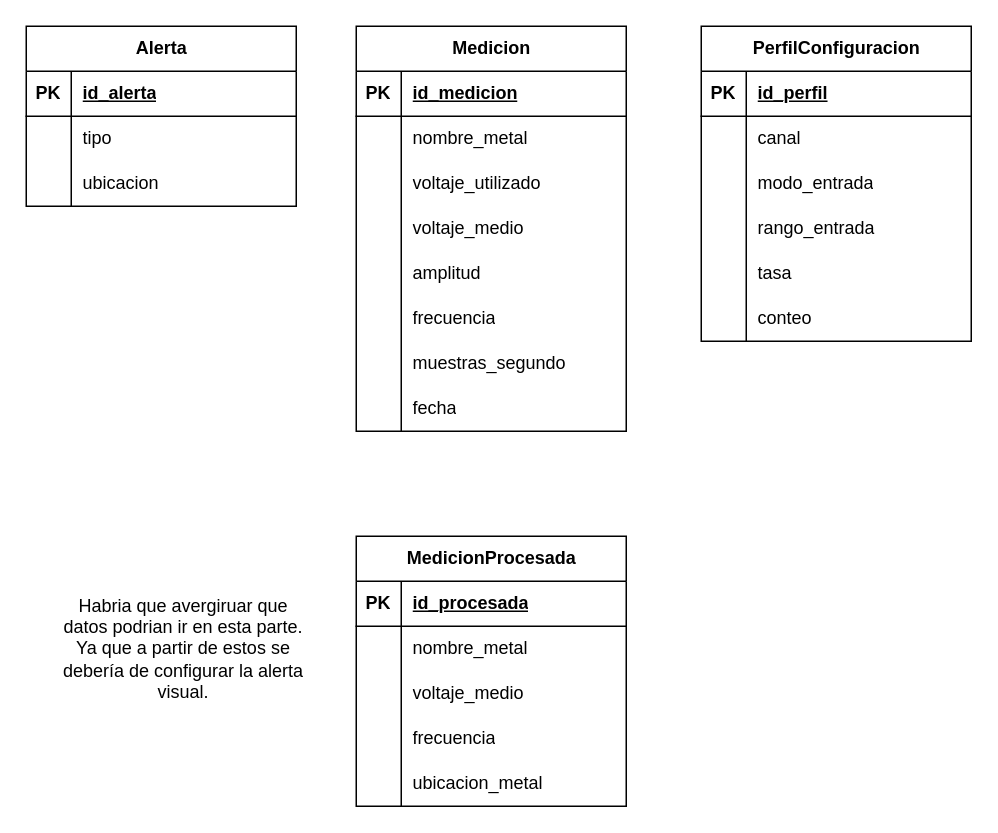
ianaguilar7/LSB-Sensor-Induccion-Electromagnetica keeps this draw.io diagram as page "Raspberry-ER" (3 of 3) of documentos/LSB-MODELADO.drawio. Above is the earlier version. Source tidied: cells renumbered, new cells numbered last; positions are measured from the earlier drawing's top-left corner, leaving out a move shared by most shapes. Both pictures are drawn from the tidied source at 150%, with x=0, y=0 at pixel (26, 26).
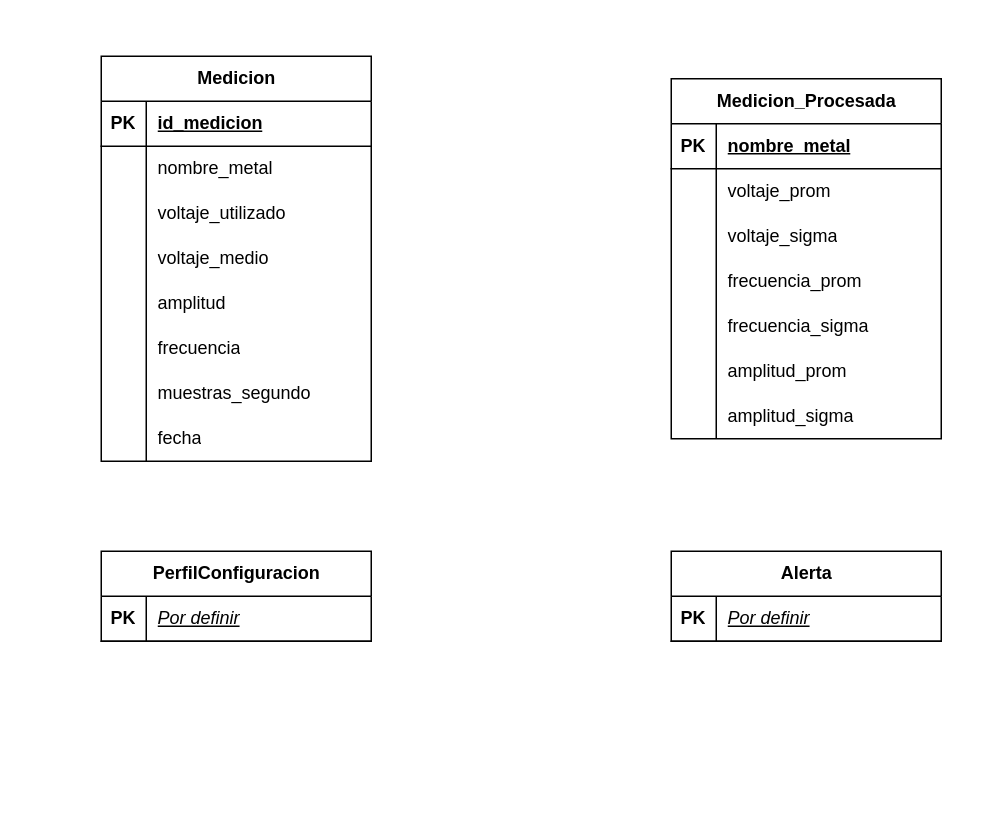
The same page after the edit.

Unchanged cells that the change refers to:
```xml
<mxCell id="28" style="shape=tableRow;horizontal=0;startSize=0;swimlaneHead=0;swimlaneBody=0;fillColor=none;top=0;left=0;right=0;bottom=1;" parent="27" vertex="1">
  <mxGeometry y="30" width="180" height="30" as="geometry" />
</mxCell>
<mxCell id="47" style="shape=tableRow;horizontal=0;startSize=0;swimlaneHead=0;swimlaneBody=0;fillColor=none;top=0;left=0;right=0;bottom=1;" parent="46" vertex="1">
  <mxGeometry y="30" width="180" height="30" as="geometry" />
</mxCell>
```

Change to the diagram source:
```diff
@@
     <mxCell id="2" value="Medicion" style="shape=table;startSize=30;childLayout=tableLayout;rowLines=0;fontStyle=1;align=center;html=1;" parent="1" vertex="1">
-      <mxGeometry x="220" width="180" height="270" as="geometry" />
+      <mxGeometry x="50" y="20" width="180" height="270" as="geometry" />
     </mxCell>
@@
     <mxCell id="27" value="PerfilConfiguracion" style="shape=table;startSize=30;childLayout=tableLayout;rowLines=0;fontStyle=1;align=center;html=1;" parent="1" vertex="1">
-      <mxGeometry x="450" width="180" height="210" as="geometry" />
+      <mxGeometry x="50" y="350" width="180" height="60" as="geometry" />
     </mxCell>
@@
-    <mxCell id="30" value="id_perfil" style="shape=partialRectangle;fillColor=none;top=0;left=0;bottom=0;right=0;align=left;spacingLeft=6;fontStyle=5;overflow=hidden;whiteSpace=wrap;html=1;" parent="28" vertex="1">
+    <mxCell id="30" value="&lt;i style=&quot;font-weight: normal;&quot;&gt;Por definir&lt;/i&gt;" style="shape=partialRectangle;fillColor=none;top=0;left=0;bottom=0;right=0;align=left;spacingLeft=6;fontStyle=5;overflow=hidden;whiteSpace=wrap;html=1;" parent="28" vertex="1">
       <mxGeometry x="30" width="150" height="30" as="geometry" />
     </mxCell>
-    <mxCell id="31" style="shape=tableRow;horizontal=0;startSize=0;swimlaneHead=0;swimlaneBody=0;fillColor=none;top=0;left=0;right=0;bottom=0;" parent="27" vertex="1">
-      <mxGeometry y="60" width="180" height="30" as="geometry" />
-    </mxCell>
-    <mxCell id="32" style="shape=partialRectangle;fillColor=none;top=0;left=0;bottom=0;right=0;overflow=hidden;whiteSpace=wrap;html=1;" parent="31" vertex="1">
-      <mxGeometry width="30" height="30" as="geometry" />
-    </mxCell>
-    <mxCell id="33" value="canal" style="shape=partialRectangle;fillColor=none;top=0;left=0;bottom=0;right=0;align=left;spacingLeft=6;overflow=hidden;whiteSpace=wrap;html=1;" parent="31" vertex="1">
-      <mxGeometry x="30" width="150" height="30" as="geometry" />
-    </mxCell>
-    <mxCell id="34" style="shape=tableRow;horizontal=0;startSize=0;swimlaneHead=0;swimlaneBody=0;fillColor=none;top=0;left=0;right=0;bottom=0;" parent="27" vertex="1">
-      <mxGeometry y="90" width="180" height="30" as="geometry" />
-    </mxCell>
-    <mxCell id="35" style="shape=partialRectangle;fillColor=none;top=0;left=0;bottom=0;right=0;overflow=hidden;whiteSpace=wrap;html=1;" parent="34" vertex="1">
-      <mxGeometry width="30" height="30" as="geometry" />
-    </mxCell>
-    <mxCell id="36" value="modo_entrada" style="shape=partialRectangle;fillColor=none;top=0;left=0;bottom=0;right=0;align=left;spacingLeft=6;overflow=hidden;whiteSpace=wrap;html=1;" parent="34" vertex="1">
-      <mxGeometry x="30" width="150" height="30" as="geometry" />
-    </mxCell>
-    <mxCell id="37" style="shape=tableRow;horizontal=0;startSize=0;swimlaneHead=0;swimlaneBody=0;fillColor=none;top=0;left=0;right=0;bottom=0;" parent="27" vertex="1">
-      <mxGeometry y="120" width="180" height="30" as="geometry" />
-    </mxCell>
-    <mxCell id="38" style="shape=partialRectangle;fillColor=none;top=0;left=0;bottom=0;right=0;overflow=hidden;whiteSpace=wrap;html=1;" parent="37" vertex="1">
-      <mxGeometry width="30" height="30" as="geometry" />
-    </mxCell>
-    <mxCell id="39" value="rango_entrada" style="shape=partialRectangle;fillColor=none;top=0;left=0;bottom=0;right=0;align=left;spacingLeft=6;overflow=hidden;whiteSpace=wrap;html=1;" parent="37" vertex="1">
-      <mxGeometry x="30" width="150" height="30" as="geometry" />
-    </mxCell>
-    <mxCell id="40" style="shape=tableRow;horizontal=0;startSize=0;swimlaneHead=0;swimlaneBody=0;fillColor=none;top=0;left=0;right=0;bottom=0;" parent="27" vertex="1">
-      <mxGeometry y="150" width="180" height="30" as="geometry" />
-    </mxCell>
-    <mxCell id="41" style="shape=partialRectangle;fillColor=none;top=0;left=0;bottom=0;right=0;overflow=hidden;whiteSpace=wrap;html=1;" parent="40" vertex="1">
-      <mxGeometry width="30" height="30" as="geometry" />
-    </mxCell>
-    <mxCell id="42" value="tasa" style="shape=partialRectangle;fillColor=none;top=0;left=0;bottom=0;right=0;align=left;spacingLeft=6;overflow=hidden;whiteSpace=wrap;html=1;" parent="40" vertex="1">
-      <mxGeometry x="30" width="150" height="30" as="geometry" />
-    </mxCell>
-    <mxCell id="43" style="shape=tableRow;horizontal=0;startSize=0;swimlaneHead=0;swimlaneBody=0;fillColor=none;top=0;left=0;right=0;bottom=0;" parent="27" vertex="1">
-      <mxGeometry y="180" width="180" height="30" as="geometry" />
-    </mxCell>
-    <mxCell id="44" style="shape=partialRectangle;fillColor=none;top=0;left=0;bottom=0;right=0;overflow=hidden;whiteSpace=wrap;html=1;" parent="43" vertex="1">
-      <mxGeometry width="30" height="30" as="geometry" />
-    </mxCell>
-    <mxCell id="45" value="conteo" style="shape=partialRectangle;fillColor=none;top=0;left=0;bottom=0;right=0;align=left;spacingLeft=6;overflow=hidden;whiteSpace=wrap;html=1;" parent="43" vertex="1">
-      <mxGeometry x="30" width="150" height="30" as="geometry" />
-    </mxCell>
     <mxCell id="46" value="Alerta" style="shape=table;startSize=30;childLayout=tableLayout;rowLines=0;fontStyle=1;align=center;html=1;" parent="1" vertex="1">
-      <mxGeometry width="180" height="120" as="geometry" />
+      <mxGeometry x="430" y="350" width="180" height="60" as="geometry" />
     </mxCell>
@@
-    <mxCell id="49" value="id_alerta" style="shape=partialRectangle;fillColor=none;top=0;left=0;bottom=0;right=0;align=left;spacingLeft=6;fontStyle=5;overflow=hidden;whiteSpace=wrap;html=1;" parent="47" vertex="1">
+    <mxCell id="49" value="&lt;i style=&quot;font-weight: normal;&quot;&gt;Por definir&lt;/i&gt;" style="shape=partialRectangle;fillColor=none;top=0;left=0;bottom=0;right=0;align=left;spacingLeft=6;fontStyle=5;overflow=hidden;whiteSpace=wrap;html=1;" parent="47" vertex="1">
       <mxGeometry x="30" width="150" height="30" as="geometry" />
     </mxCell>
-    <mxCell id="50" style="shape=tableRow;horizontal=0;startSize=0;swimlaneHead=0;swimlaneBody=0;fillColor=none;top=0;left=0;right=0;bottom=0;" parent="46" vertex="1">
-      <mxGeometry y="60" width="180" height="30" as="geometry" />
-    </mxCell>
-    <mxCell id="51" style="shape=partialRectangle;fillColor=none;top=0;left=0;bottom=0;right=0;overflow=hidden;whiteSpace=wrap;html=1;" parent="50" vertex="1">
-      <mxGeometry width="30" height="30" as="geometry" />
-    </mxCell>
-    <mxCell id="52" value="tipo" style="shape=partialRectangle;fillColor=none;top=0;left=0;bottom=0;right=0;align=left;spacingLeft=6;overflow=hidden;whiteSpace=wrap;html=1;" parent="50" vertex="1">
-      <mxGeometry x="30" width="150" height="30" as="geometry" />
-    </mxCell>
-    <mxCell id="53" style="shape=tableRow;horizontal=0;startSize=0;swimlaneHead=0;swimlaneBody=0;fillColor=none;top=0;left=0;right=0;bottom=0;" parent="46" vertex="1">
-      <mxGeometry y="90" width="180" height="30" as="geometry" />
-    </mxCell>
-    <mxCell id="54" style="shape=partialRectangle;fillColor=none;top=0;left=0;bottom=0;right=0;overflow=hidden;whiteSpace=wrap;html=1;" parent="53" vertex="1">
-      <mxGeometry width="30" height="30" as="geometry" />
-    </mxCell>
-    <mxCell id="55" value="ubicacion" style="shape=partialRectangle;fillColor=none;top=0;left=0;bottom=0;right=0;align=left;spacingLeft=6;overflow=hidden;whiteSpace=wrap;html=1;" parent="53" vertex="1">
-      <mxGeometry x="30" width="150" height="30" as="geometry" />
-    </mxCell>
-    <mxCell id="56" value="MedicionProcesada" style="shape=table;startSize=30;childLayout=tableLayout;rowLines=0;fontStyle=1;align=center;html=1;" parent="1" vertex="1">
-      <mxGeometry x="220" y="340" width="180" height="180" as="geometry" />
-    </mxCell>
+    <mxCell id="73" value="Medicion_Procesada" style="shape=table;startSize=30;childLayout=tableLayout;rowLines=0;fontStyle=1;align=center;html=1;" parent="1" vertex="1">
+      <mxGeometry x="430" y="35" width="180" height="240" as="geometry" />
+    </mxCell>
-    <mxCell id="57" style="shape=tableRow;horizontal=0;startSize=0;swimlaneHead=0;swimlaneBody=0;fillColor=none;top=0;left=0;right=0;bottom=1;" parent="56" vertex="1">
+    <mxCell id="57" style="shape=tableRow;horizontal=0;startSize=0;swimlaneHead=0;swimlaneBody=0;fillColor=none;top=0;left=0;right=0;bottom=1;" parent="73" vertex="1">
       <mxGeometry y="30" width="180" height="30" as="geometry" />
     </mxCell>
@@
-    <mxCell id="59" value="id_procesada" style="shape=partialRectangle;fillColor=none;top=0;left=0;bottom=0;right=0;align=left;spacingLeft=6;fontStyle=5;overflow=hidden;whiteSpace=wrap;html=1;" parent="57" vertex="1">
-      <mxGeometry x="30" width="150" height="30" as="geometry" />
-    </mxCell>
-    <mxCell id="60" style="shape=tableRow;horizontal=0;startSize=0;swimlaneHead=0;swimlaneBody=0;fillColor=none;top=0;left=0;right=0;bottom=0;" parent="56" vertex="1">
-      <mxGeometry y="60" width="180" height="30" as="geometry" />
-    </mxCell>
-    <mxCell id="61" style="shape=partialRectangle;fillColor=none;top=0;left=0;bottom=0;right=0;overflow=hidden;whiteSpace=wrap;html=1;" parent="60" vertex="1">
-      <mxGeometry width="30" height="30" as="geometry" />
-    </mxCell>
-    <mxCell id="62" value="nombre_metal" style="shape=partialRectangle;fillColor=none;top=0;left=0;bottom=0;right=0;align=left;spacingLeft=6;overflow=hidden;whiteSpace=wrap;html=1;" parent="60" vertex="1">
+    <mxCell id="62" value="nombre_metal" style="shape=partialRectangle;fillColor=none;top=0;left=0;bottom=0;right=0;align=left;spacingLeft=6;fontStyle=5;overflow=hidden;whiteSpace=wrap;html=1;" parent="57" vertex="1">
       <mxGeometry x="30" width="150" height="30" as="geometry" />
     </mxCell>
-    <mxCell id="63" style="shape=tableRow;horizontal=0;startSize=0;swimlaneHead=0;swimlaneBody=0;fillColor=none;top=0;left=0;right=0;bottom=0;" parent="56" vertex="1">
-      <mxGeometry y="90" width="180" height="30" as="geometry" />
-    </mxCell>
-    <mxCell id="64" style="shape=partialRectangle;fillColor=none;top=0;left=0;bottom=0;right=0;overflow=hidden;whiteSpace=wrap;html=1;" parent="63" vertex="1">
-      <mxGeometry width="30" height="30" as="geometry" />
-    </mxCell>
-    <mxCell id="65" value="voltaje_medio" style="shape=partialRectangle;fillColor=none;top=0;left=0;bottom=0;right=0;align=left;spacingLeft=6;overflow=hidden;whiteSpace=wrap;html=1;" parent="63" vertex="1">
-      <mxGeometry x="30" width="150" height="30" as="geometry" />
-    </mxCell>
-    <mxCell id="66" style="shape=tableRow;horizontal=0;startSize=0;swimlaneHead=0;swimlaneBody=0;fillColor=none;top=0;left=0;right=0;bottom=0;" parent="56" vertex="1">
-      <mxGeometry y="120" width="180" height="30" as="geometry" />
-    </mxCell>
-    <mxCell id="67" style="shape=partialRectangle;fillColor=none;top=0;left=0;bottom=0;right=0;overflow=hidden;whiteSpace=wrap;html=1;" parent="66" vertex="1">
-      <mxGeometry width="30" height="30" as="geometry" />
-    </mxCell>
-    <mxCell id="68" value="frecuencia" style="shape=partialRectangle;fillColor=none;top=0;left=0;bottom=0;right=0;align=left;spacingLeft=6;overflow=hidden;whiteSpace=wrap;html=1;" parent="66" vertex="1">
-      <mxGeometry x="30" width="150" height="30" as="geometry" />
-    </mxCell>
-    <mxCell id="69" style="shape=tableRow;horizontal=0;startSize=0;swimlaneHead=0;swimlaneBody=0;fillColor=none;top=0;left=0;right=0;bottom=0;" parent="56" vertex="1">
-      <mxGeometry y="150" width="180" height="30" as="geometry" />
-    </mxCell>
-    <mxCell id="70" style="shape=partialRectangle;fillColor=none;top=0;left=0;bottom=0;right=0;overflow=hidden;whiteSpace=wrap;html=1;" parent="69" vertex="1">
-      <mxGeometry width="30" height="30" as="geometry" />
-    </mxCell>
-    <mxCell id="71" value="ubicacion_metal" style="shape=partialRectangle;fillColor=none;top=0;left=0;bottom=0;right=0;align=left;spacingLeft=6;overflow=hidden;whiteSpace=wrap;html=1;" parent="69" vertex="1">
-      <mxGeometry x="30" width="150" height="30" as="geometry" />
-    </mxCell>
-    <mxCell id="72" value="Habria que avergiruar que datos podrian ir en esta parte. Ya que a partir de estos se debería de configurar la alerta visual." style="text;html=1;align=center;verticalAlign=middle;whiteSpace=wrap;rounded=0;" parent="1" vertex="1">
-      <mxGeometry x="20" y="375" width="170" height="80" as="geometry" />
-    </mxCell>
+    <mxCell id="74" style="shape=tableRow;horizontal=0;startSize=0;swimlaneHead=0;swimlaneBody=0;fillColor=none;top=0;left=0;right=0;bottom=0;" parent="73" vertex="1">
+      <mxGeometry y="60" width="180" height="30" as="geometry" />
+    </mxCell>
+    <mxCell id="75" style="shape=partialRectangle;fillColor=none;top=0;left=0;bottom=0;right=0;overflow=hidden;whiteSpace=wrap;html=1;" parent="74" vertex="1">
+      <mxGeometry width="30" height="30" as="geometry" />
+    </mxCell>
+    <mxCell id="76" value="voltaje_prom" style="shape=partialRectangle;fillColor=none;top=0;left=0;bottom=0;right=0;align=left;spacingLeft=6;overflow=hidden;whiteSpace=wrap;html=1;" parent="74" vertex="1">
+      <mxGeometry x="30" width="150" height="30" as="geometry" />
+    </mxCell>
+    <mxCell id="77" style="shape=tableRow;horizontal=0;startSize=0;swimlaneHead=0;swimlaneBody=0;fillColor=none;top=0;left=0;right=0;bottom=0;" parent="73" vertex="1">
+      <mxGeometry y="90" width="180" height="30" as="geometry" />
+    </mxCell>
+    <mxCell id="78" style="shape=partialRectangle;fillColor=none;top=0;left=0;bottom=0;right=0;overflow=hidden;whiteSpace=wrap;html=1;" parent="77" vertex="1">
+      <mxGeometry width="30" height="30" as="geometry" />
+    </mxCell>
+    <mxCell id="79" value="voltaje_sigma" style="shape=partialRectangle;fillColor=none;top=0;left=0;bottom=0;right=0;align=left;spacingLeft=6;overflow=hidden;whiteSpace=wrap;html=1;" parent="77" vertex="1">
+      <mxGeometry x="30" width="150" height="30" as="geometry" />
+    </mxCell>
+    <mxCell id="80" style="shape=tableRow;horizontal=0;startSize=0;swimlaneHead=0;swimlaneBody=0;fillColor=none;top=0;left=0;right=0;bottom=0;" parent="73" vertex="1">
+      <mxGeometry y="120" width="180" height="30" as="geometry" />
+    </mxCell>
+    <mxCell id="81" style="shape=partialRectangle;fillColor=none;top=0;left=0;bottom=0;right=0;overflow=hidden;whiteSpace=wrap;html=1;" parent="80" vertex="1">
+      <mxGeometry width="30" height="30" as="geometry" />
+    </mxCell>
+    <mxCell id="82" value="frecuencia_prom" style="shape=partialRectangle;fillColor=none;top=0;left=0;bottom=0;right=0;align=left;spacingLeft=6;overflow=hidden;whiteSpace=wrap;html=1;" parent="80" vertex="1">
+      <mxGeometry x="30" width="150" height="30" as="geometry" />
+    </mxCell>
+    <mxCell id="83" style="shape=tableRow;horizontal=0;startSize=0;swimlaneHead=0;swimlaneBody=0;fillColor=none;top=0;left=0;right=0;bottom=0;" parent="73" vertex="1">
+      <mxGeometry y="150" width="180" height="30" as="geometry" />
+    </mxCell>
+    <mxCell id="84" style="shape=partialRectangle;fillColor=none;top=0;left=0;bottom=0;right=0;overflow=hidden;whiteSpace=wrap;html=1;" parent="83" vertex="1">
+      <mxGeometry width="30" height="30" as="geometry" />
+    </mxCell>
+    <mxCell id="85" value="frecuencia_sigma" style="shape=partialRectangle;fillColor=none;top=0;left=0;bottom=0;right=0;align=left;spacingLeft=6;overflow=hidden;whiteSpace=wrap;html=1;" parent="83" vertex="1">
+      <mxGeometry x="30" width="150" height="30" as="geometry" />
+    </mxCell>
+    <mxCell id="43" style="shape=tableRow;horizontal=0;startSize=0;swimlaneHead=0;swimlaneBody=0;fillColor=none;top=0;left=0;right=0;bottom=0;" parent="73" vertex="1">
+      <mxGeometry y="180" width="180" height="30" as="geometry" />
+    </mxCell>
+    <mxCell id="86" style="shape=partialRectangle;fillColor=none;top=0;left=0;bottom=0;right=0;overflow=hidden;whiteSpace=wrap;html=1;" parent="43" vertex="1">
+      <mxGeometry width="30" height="30" as="geometry" />
+    </mxCell>
+    <mxCell id="87" value="amplitud_prom" style="shape=partialRectangle;fillColor=none;top=0;left=0;bottom=0;right=0;align=left;spacingLeft=6;overflow=hidden;whiteSpace=wrap;html=1;" parent="43" vertex="1">
+      <mxGeometry x="30" width="150" height="30" as="geometry" />
+    </mxCell>
+    <mxCell id="88" style="shape=tableRow;horizontal=0;startSize=0;swimlaneHead=0;swimlaneBody=0;fillColor=none;top=0;left=0;right=0;bottom=0;" parent="73" vertex="1">
+      <mxGeometry y="210" width="180" height="30" as="geometry" />
+    </mxCell>
+    <mxCell id="89" style="shape=partialRectangle;fillColor=none;top=0;left=0;bottom=0;right=0;overflow=hidden;whiteSpace=wrap;html=1;" parent="88" vertex="1">
+      <mxGeometry width="30" height="30" as="geometry" />
+    </mxCell>
+    <mxCell id="90" value="amplitud_sigma" style="shape=partialRectangle;fillColor=none;top=0;left=0;bottom=0;right=0;align=left;spacingLeft=6;overflow=hidden;whiteSpace=wrap;html=1;" parent="88" vertex="1">
+      <mxGeometry x="30" width="150" height="30" as="geometry" />
+    </mxCell>
```
